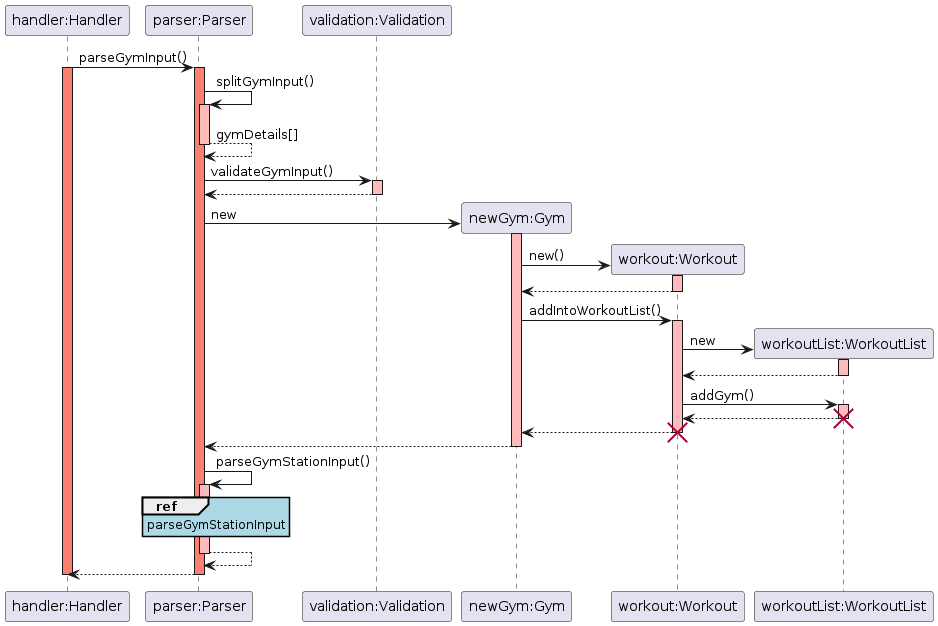
This is docs/img/sequence_diagrams/gym_overall_sequence_diagram.png from rouvinerh/tp, a PlantUML export, as it was before one commit.
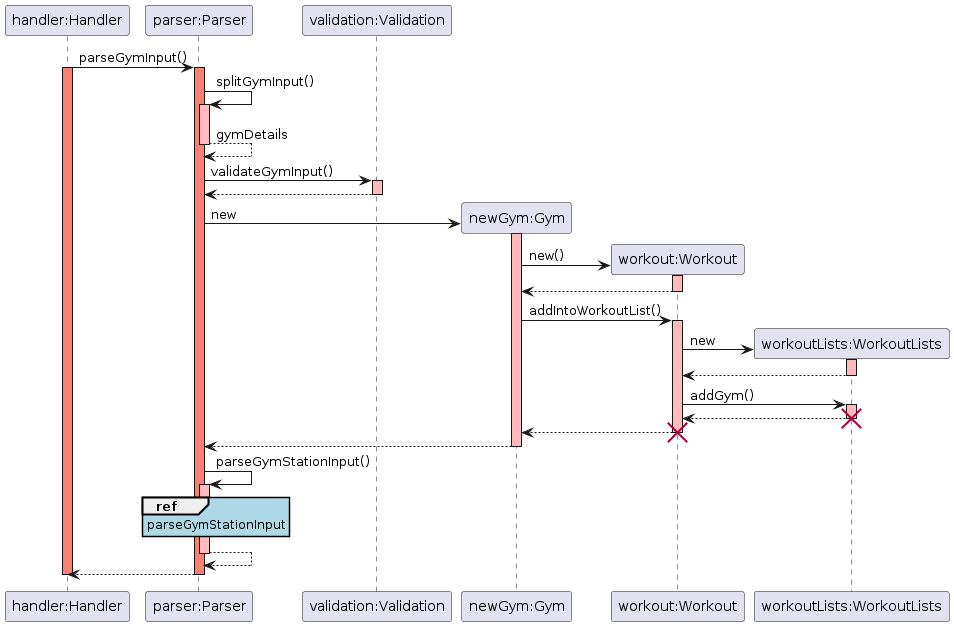
After the commit.

The edit, as a diff of the source:
```diff
@@ -6,7 +6,7 @@
 participant "validation:Validation" as Validation
 participant "newGym:Gym" as Gym
 participant "workout:Workout" as Workout
-participant "workoutList:WorkoutList" as WorkoutList
+participant "workoutLists:WorkoutLists" as WorkoutList
 
 Handler -> Parser: parseGymInput()
 activate Handler #salmon
@@ -14,7 +14,7 @@
 
 Parser -> Parser: splitGymInput()
 activate Parser #FFBBBB
-Parser --> Parser: gymDetails[]
+Parser --> Parser: gymDetails
 deactivate Parser #FFBBBB
 
 Parser -> Validation: validateGymInput()
```
